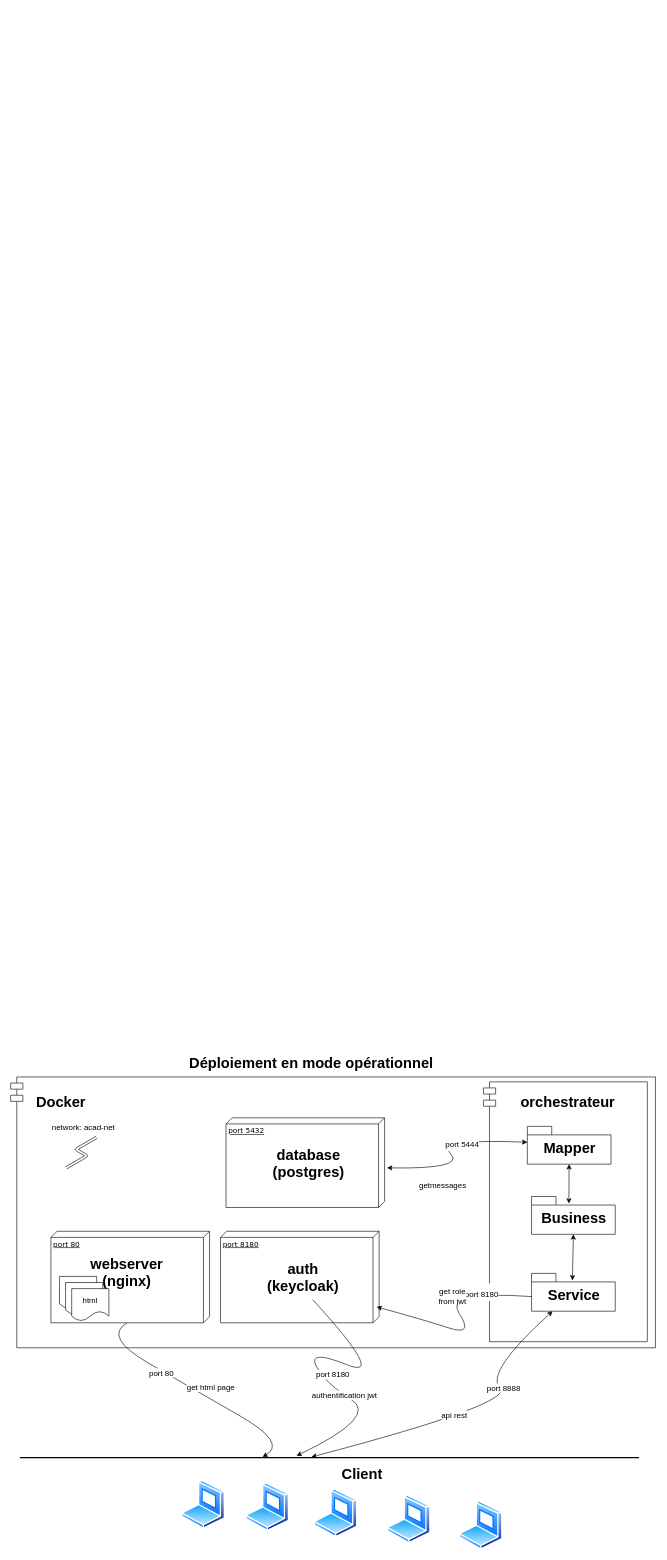
Before: deploiement-operationnel.drawio in ProjetUdS/S3_P6, a draw.io diagram. Source tidied: cells renumbered, new cells numbered last; positions are measured from the earlier drawing's top-left corner, leaving out a move shared by most shapes. Both pictures are drawn from the tidied source at 61%, with x=0, y=0 at pixel (10, 1051).
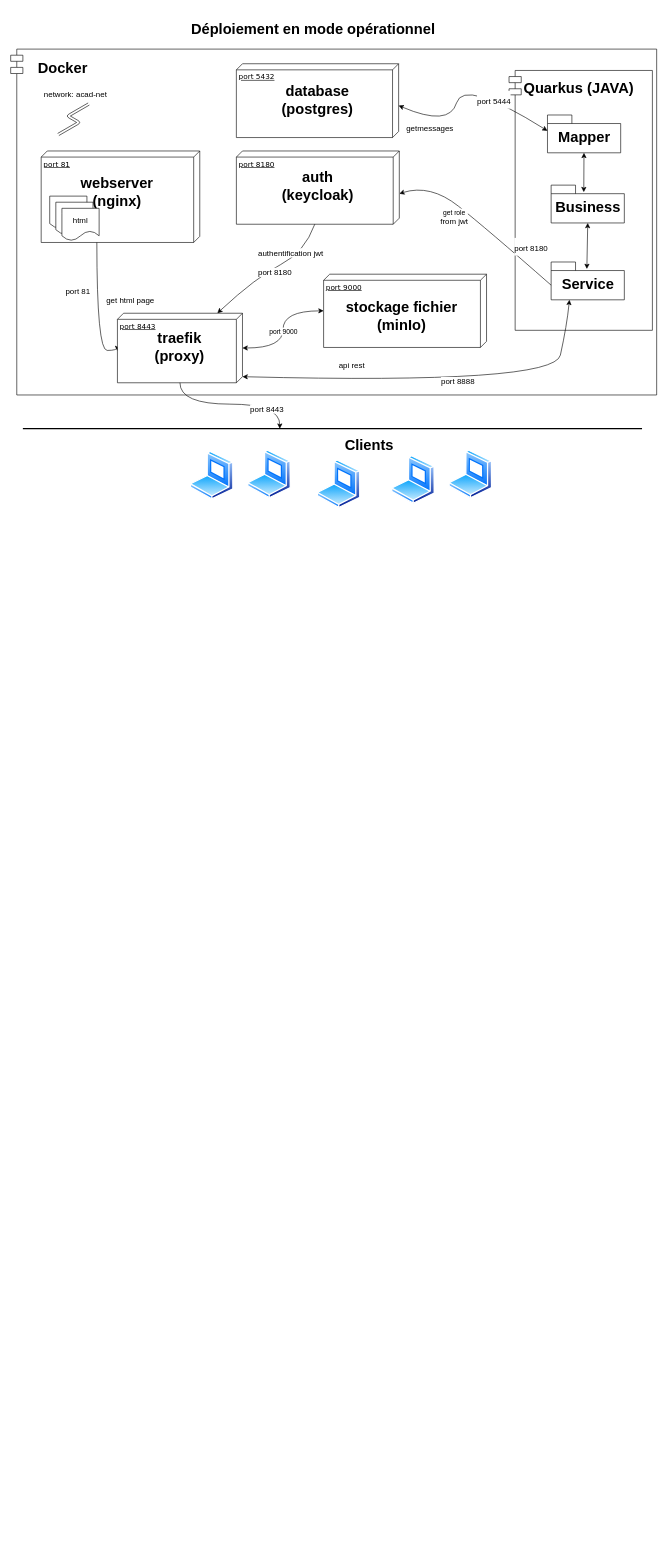
The same page after the edit.

Commit message (it also covers changes not shown here):
doc: mise a jour du diagramme de deploiement

The change refers to these unchanged cells:
```xml
<mxCell id="36" style="group;" parent="35" vertex="1">
  <mxGeometry width="260" height="155" as="geometry" />
</mxCell>
```

Diff of the diagram source:
```diff
@@
     <mxCell id="2" style="perimeter=ellipsePerimeter;html=1;align=center;shadow=0;dashed=0;spacingTop=3;image;image=img/lib/active_directory/laptop_client.svg;" parent="1" vertex="1">
-      <mxGeometry x="280" y="703" width="72" height="80" as="geometry" />
+      <mxGeometry x="294" y="-984" width="72" height="80" as="geometry" />
     </mxCell>
     <mxCell id="3" style="perimeter=ellipsePerimeter;html=1;align=center;shadow=0;dashed=0;spacingTop=3;image;image=img/lib/active_directory/laptop_client.svg;" parent="1" vertex="1">
-      <mxGeometry x="385" y="707" width="72" height="80" as="geometry" />
+      <mxGeometry x="388" y="-986" width="72" height="80" as="geometry" />
     </mxCell>
     <mxCell id="4" style="perimeter=ellipsePerimeter;html=1;align=center;shadow=0;dashed=0;spacingTop=3;image;image=img/lib/active_directory/laptop_client.svg;" parent="1" vertex="1">
-      <mxGeometry x="497" y="717" width="72" height="80" as="geometry" />
+      <mxGeometry x="502" y="-970" width="72" height="80" as="geometry" />
     </mxCell>
     <mxCell id="5" style="perimeter=ellipsePerimeter;html=1;align=center;shadow=0;dashed=0;spacingTop=3;image;image=img/lib/active_directory/laptop_client.svg;" parent="1" vertex="1">
-      <mxGeometry x="617" y="727" width="72" height="80" as="geometry" />
+      <mxGeometry x="624" y="-977" width="72" height="80" as="geometry" />
     </mxCell>
     <mxCell id="6" style="perimeter=ellipsePerimeter;html=1;align=center;shadow=0;dashed=0;spacingTop=3;image;image=img/lib/active_directory/laptop_client.svg;" parent="1" vertex="1">
-      <mxGeometry x="735" y="737" width="72" height="80" as="geometry" />
+      <mxGeometry x="718" y="-986" width="72" height="80" as="geometry" />
     </mxCell>
     <mxCell id="7" style="line;strokeWidth=2;html=1;" parent="1" vertex="1">
-      <mxGeometry x="15" y="661" width="1015" height="10" as="geometry" />
+      <mxGeometry x="20" y="-1026" width="1015" height="10" as="geometry" />
     </mxCell>
-    <mxCell id="8" value="&lt;h1&gt;Client&lt;/h1&gt;" style="text;html=1;strokeColor=none;fillColor=none;spacing=5;spacingTop=-20;whiteSpace=wrap;overflow=hidden;rounded=0;" parent="1" vertex="1">
-      <mxGeometry x="538" y="674" width="120" height="50" as="geometry" />
+    <mxCell id="8" value="&lt;h1&gt;Clients&lt;/h1&gt;" style="text;html=1;strokeColor=none;fillColor=none;spacing=5;spacingTop=-20;whiteSpace=wrap;overflow=hidden;rounded=0;" parent="1" vertex="1">
+      <mxGeometry x="543" y="-1013" width="95" height="38" as="geometry" />
     </mxCell>
     <mxCell id="9" style="shape=module;align=left;spacingLeft=20;align=center;verticalAlign=top;" parent="1" vertex="1">
-      <mxGeometry y="42" width="1057" height="444" as="geometry" />
+      <mxGeometry y="-1643" width="1059" height="567" as="geometry" />
     </mxCell>
-    <mxCell id="10" style="endArrow=none;html=1;entryX=0;entryY=0;entryDx=150;entryDy=135;entryPerimeter=0;exitX=0.392;exitY=0.4;exitDx=0;exitDy=0;exitPerimeter=0;edgeStyle=isometricEdgeStyle;curved=1;startArrow=classic;startFill=1;" parent="1" edge="1" source="7" target="37">
-      <mxGeometry relative="1" as="geometry" />
+    <mxCell id="10" style="endArrow=none;html=1;entryX=0.992;entryY=0.649;entryDx=0;entryDy=0;entryPerimeter=0;exitX=0;exitY=0;exitDx=62;exitDy=205;exitPerimeter=0;edgeStyle=orthogonalEdgeStyle;startArrow=classic;startFill=1;rounded=0;elbow=vertical;curved=1;endFill=0;" parent="1" edge="1" source="52" target="37">
+      <mxGeometry relative="1" as="geometry">
+        <Array as="points">
+          <mxPoint x="141.2" y="-1149" />
+        </Array>
+      </mxGeometry>
     </mxCell>
-    <mxCell id="11" value="port 80" style="edgeLabel;html=1;align=center;verticalAlign=middle;fontSize=13;" parent="10" vertex="1">
+    <mxCell id="11" value="port 81" style="edgeLabel;html=1;align=center;verticalAlign=middle;fontSize=13;" parent="10" vertex="1">
       <mxGeometry x="-0.2" y="-3" relative="1" as="geometry">
-        <mxPoint x="-95" y="-48" as="offset" />
+        <mxPoint x="-35" y="-47" as="offset" />
       </mxGeometry>
     </mxCell>
     <mxCell id="12" style="group;" parent="1" vertex="1">
-      <mxGeometry x="344" y="295" width="260" height="150" as="geometry" />
+      <mxGeometry x="370" y="-1476" width="268" height="121" as="geometry" />
     </mxCell>
     <mxCell id="13" value="port 8180" style="verticalAlign=top;align=left;spacingTop=8;spacingLeft=2;spacingRight=12;shape=cube;size=10;direction=south;fontStyle=4;html=1;rounded=0;shadow=0;comic=0;labelBackgroundColor=none;strokeWidth=1;fontFamily=Verdana;fontSize=12;" parent="12" vertex="1">
-      <mxGeometry width="260" height="150" as="geometry" />
+      <mxGeometry width="267.1" height="120.1" as="geometry" />
     </mxCell>
     <mxCell id="14" value="&lt;h1&gt;auth (keycloak)&lt;/h1&gt;" style="text;html=1;strokeColor=none;fillColor=none;spacing=5;spacingTop=-20;whiteSpace=wrap;overflow=hidden;rounded=0;align=center;" parent="12" vertex="1">
-      <mxGeometry x="62" y="42" width="147" height="70" as="geometry" />
+      <mxGeometry x="67.2" y="23.8" width="132.7" height="73.4" as="geometry" />
     </mxCell>
     <mxCell id="15" style="group;" parent="1" vertex="1">
-      <mxGeometry x="353" y="109" width="260" height="147" as="geometry" />
+      <mxGeometry x="370" y="-1619" width="266" height="121" as="geometry" />
     </mxCell>
     <mxCell id="16" value="port 5432" style="verticalAlign=top;align=left;spacingTop=8;spacingLeft=2;spacingRight=12;shape=cube;size=10;direction=south;fontStyle=4;html=1;rounded=0;shadow=0;comic=0;labelBackgroundColor=none;strokeWidth=1;fontFamily=Verdana;fontSize=12;" parent="15" vertex="1">
-      <mxGeometry width="260" height="147" as="geometry" />
+      <mxGeometry width="266" height="121" as="geometry" />
     </mxCell>
     <mxCell id="17" value="&lt;h1&gt;database (postgres)&lt;/h1&gt;" style="text;html=1;strokeColor=none;fillColor=none;spacing=5;spacingTop=-20;whiteSpace=wrap;overflow=hidden;rounded=0;align=center;" parent="15" vertex="1">
-      <mxGeometry x="62" y="41.2" width="147" height="68.6" as="geometry" />
+      <mxGeometry x="57.8" y="26" width="150.4" height="69" as="geometry" />
     </mxCell>
     <mxCell id="18" value="&lt;b style=&quot;border-color: var(--border-color);&quot;&gt;&lt;font style=&quot;border-color: var(--border-color); font-size: 24px;&quot;&gt;Docker&lt;/font&gt;&lt;/b&gt;" style="text;html=1;align=center;verticalAlign=middle;fillColor=none;strokeColor=none;rounded=0;" parent="1" vertex="1">
-      <mxGeometry x="32" y="63" width="99" height="41" as="geometry" />
+      <mxGeometry x="35" y="-1633" width="99" height="41" as="geometry" />
     </mxCell>
@@
     <mxCell id="20" style="group;" parent="1" vertex="1">
-      <mxGeometry x="775" y="50" width="279" height="426" as="geometry" />
+      <mxGeometry x="817" y="-1608" width="235" height="426" as="geometry" />
     </mxCell>
     <mxCell id="21" style="shape=module;align=left;spacingLeft=20;align=center;verticalAlign=top;" parent="20" vertex="1">
-      <mxGeometry width="268.7" height="426" as="geometry" />
+      <mxGeometry width="235" height="426" as="geometry" />
     </mxCell>
+    <mxCell id="50" value="&lt;span style=&quot;font-size: 24px;&quot;&gt;&lt;b&gt;Quarkus (JAVA)&lt;/b&gt;&lt;/span&gt;" style="text;html=1;align=center;verticalAlign=middle;fillColor=none;strokeColor=none;rounded=0;" parent="20" vertex="1">
+      <mxGeometry x="14" y="8" width="199" height="41" as="geometry" />
+    </mxCell>
     <mxCell id="22" value="Mapper" style="shape=folder;fontStyle=1;spacingTop=10;tabWidth=40;tabHeight=14;tabPosition=left;html=1;fontSize=24;" parent="20" vertex="1">
-      <mxGeometry x="72" y="73" width="137.2" height="62" as="geometry" />
+      <mxGeometry x="63" y="73" width="120" height="62" as="geometry" />
     </mxCell>
     <mxCell id="23" value="Business" style="shape=folder;fontStyle=1;spacingTop=10;tabWidth=40;tabHeight=14;tabPosition=left;html=1;fontSize=24;" parent="20" vertex="1">
-      <mxGeometry x="78.9" y="188" width="137.2" height="62" as="geometry" />
+      <mxGeometry x="69" y="188" width="120" height="62" as="geometry" />
     </mxCell>
     <mxCell id="24" value="Service" style="shape=folder;fontStyle=1;spacingTop=10;tabWidth=40;tabHeight=14;tabPosition=left;html=1;fontSize=24;" parent="20" vertex="1">
-      <mxGeometry x="78.9" y="314" width="137.2" height="62" as="geometry" />
+      <mxGeometry x="69" y="314" width="120" height="62" as="geometry" />
     </mxCell>
@@
-    <mxCell id="27" value="&lt;b style=&quot;border-color: var(--border-color);&quot;&gt;&lt;font style=&quot;border-color: var(--border-color); font-size: 24px;&quot;&gt;orchestrateur&lt;/font&gt;&lt;/b&gt;" style="text;html=1;align=center;verticalAlign=middle;fillColor=none;strokeColor=none;rounded=0;" parent="20" vertex="1">
-      <mxGeometry x="51" y="13" width="173" height="41" as="geometry" />
-    </mxCell>
-    <mxCell id="28" style="curved=1;endArrow=classic;html=1;rounded=0;fontSize=13;exitX=0.471;exitY=0.4;exitDx=0;exitDy=0;exitPerimeter=0;startArrow=classic;startFill=1;" parent="1" edge="1" source="7" target="24">
+    <mxCell id="28" style="curved=1;endArrow=classic;html=1;rounded=0;fontSize=13;exitX=0;exitY=0;exitDx=103.99999999999999;exitDy=0;exitPerimeter=0;startArrow=classic;startFill=1;entryX=0.25;entryY=1;entryDx=0;entryDy=0;entryPerimeter=0;" parent="1" edge="1" source="52" target="24">
       <mxGeometry relative="1" as="geometry">
         <Array as="points">
-          <mxPoint x="827" y="577" />
-          <mxPoint x="777" y="527" />
+          <mxPoint x="890.5" y="-1093.1" />
+          <mxPoint x="911.8" y="-1189.6" />
         </Array>
       </mxGeometry>
     </mxCell>
     <mxCell id="29" value="port 8888" style="edgeLabel;html=1;align=center;verticalAlign=middle;fontSize=13;" parent="28" vertex="1">
-      <mxGeometry x="0.33" y="-4" relative="1" as="geometry" />
+      <mxGeometry x="0.33" y="-4" relative="1" as="geometry">
+        <mxPoint x="-81" y="-7" as="offset" />
+      </mxGeometry>
     </mxCell>
     <mxCell id="30" value="api rest" style="edgeLabel;html=1;align=center;verticalAlign=middle;fontSize=13;" parent="28" vertex="1">
-      <mxGeometry x="-0.14" y="8" relative="1" as="geometry" />
+      <mxGeometry x="-0.14" y="8" relative="1" as="geometry">
+        <mxPoint x="-102" y="-18" as="offset" />
+      </mxGeometry>
     </mxCell>
-    <mxCell id="31" style="curved=1;endArrow=none;html=1;rounded=0;fontSize=24;entryX=0;entryY=0;entryDx=0;entryDy=38;entryPerimeter=0;strokeColor=default;startArrow=classic;startFill=1;endFill=0;" parent="1" edge="1" target="24">
+    <mxCell id="31" style="curved=1;endArrow=none;html=1;rounded=0;fontSize=24;entryX=0;entryY=0;entryDx=0;entryDy=38;entryPerimeter=0;strokeColor=default;startArrow=classic;startFill=1;endFill=0;exitX=0;exitY=0;exitDx=70;exitDy=0;exitPerimeter=0;" parent="1" edge="1" source="13" target="24">
       <mxGeometry relative="1" as="geometry">
-        <mxPoint x="600" y="419" as="sourcePoint" />
         <Array as="points">
-          <mxPoint x="677" y="440" />
-          <mxPoint x="760" y="467" />
-          <mxPoint x="710" y="392" />
+          <mxPoint x="688" y="-1422" />
+          <mxPoint x="780" y="-1349" />
         </Array>
       </mxGeometry>
     </mxCell>
@@
+    <mxCell id="46" value="get role&lt;br style=&quot;border-color: rgb(218, 220, 224); font-size: 13px;&quot;&gt;&lt;span style=&quot;font-size: 13px;&quot;&gt;from jwt&lt;/span&gt;" style="edgeLabel;html=1;align=center;verticalAlign=middle;" parent="31" vertex="1">
+      <mxGeometry x="-0.34" relative="1" as="geometry">
+        <mxPoint y="24" as="offset" />
+      </mxGeometry>
+    </mxCell>
     <mxCell id="33" style="endArrow=classic;html=1;fontSize=13;strokeColor=default;shape=link;edgeStyle=isometricEdgeStyle;" parent="1" edge="1">
       <mxGeometry relative="1" as="geometry">
-        <mxPoint x="91" y="191" as="sourcePoint" />
-        <mxPoint x="141" y="141" as="targetPoint" />
+        <mxPoint x="78" y="-1503" as="sourcePoint" />
+        <mxPoint x="128" y="-1553" as="targetPoint" />
       </mxGeometry>
     </mxCell>
     <mxCell id="34" value="&lt;font style=&quot;font-size: 13px;&quot;&gt;network: acad-net&lt;/font&gt;" style="edgeLabel;html=1;align=center;verticalAlign=middle;fontSize=24;" parent="1" vertex="1">
-      <mxGeometry x="118" y="121" as="geometry" />
+      <mxGeometry x="105" y="-1573" as="geometry" />
     </mxCell>
     <mxCell id="35" style="group;" parent="1" vertex="1">
-      <mxGeometry x="66" y="295" width="260" height="155" as="geometry" />
+      <mxGeometry x="50" y="-1476" width="260" height="155" as="geometry" />
     </mxCell>
@@
-    <mxCell id="37" value="port 80" style="verticalAlign=top;align=left;spacingTop=8;spacingLeft=2;spacingRight=12;shape=cube;size=10;direction=south;fontStyle=4;html=1;rounded=0;shadow=0;comic=0;labelBackgroundColor=none;strokeWidth=1;fontFamily=Verdana;fontSize=12;" parent="36" vertex="1">
+    <mxCell id="37" value="port 81" style="verticalAlign=top;align=left;spacingTop=8;spacingLeft=2;spacingRight=12;shape=cube;size=10;direction=south;fontStyle=4;html=1;rounded=0;shadow=0;comic=0;labelBackgroundColor=none;strokeWidth=1;fontFamily=Verdana;fontSize=12;" parent="36" vertex="1">
       <mxGeometry width="260" height="150" as="geometry" />
     </mxCell>
@@
-    <mxCell id="42" value="port 8180" style="curved=1;endArrow=none;html=1;fontSize=13;strokeColor=default;exitX=0.442;exitY=0.2;exitDx=0;exitDy=0;exitPerimeter=0;startArrow=classic;startFill=1;endFill=0;" parent="1" edge="1">
-      <mxGeometry x="0.16" y="-24" relative="1" as="geometry">
-        <mxPoint x="468.6" y="663" as="sourcePoint" />
-        <mxPoint x="495" y="407" as="targetPoint" />
+    <mxCell id="42" value="port 8180" style="curved=1;endArrow=none;html=1;fontSize=13;strokeColor=default;startArrow=classic;startFill=1;endFill=0;entryX=0;entryY=0;entryDx=120.06563706563706;entryDy=138.54882154882156;entryPerimeter=0;" parent="1" edge="1" source="52" target="13">
+      <mxGeometry x="0.05" y="-7" relative="1" as="geometry">
         <Array as="points">
-          <mxPoint x="603" y="599" />
-          <mxPoint x="514" y="543" />
-          <mxPoint x="487" y="488" />
-          <mxPoint x="617" y="540" />
+          <mxPoint x="402.3" y="-1269" />
+          <mxPoint x="482" y="-1310" />
         </Array>
       </mxGeometry>
     </mxCell>
     <mxCell id="43" value="authentification jwt" style="edgeLabel;html=1;align=center;verticalAlign=middle;fontSize=13;" parent="42" vertex="1">
-      <mxGeometry x="-0.32" relative="1" as="geometry" />
+      <mxGeometry x="-0.32" relative="1" as="geometry">
+        <mxPoint x="63" y="-47" as="offset" />
+      </mxGeometry>
     </mxCell>
     <mxCell id="44" value="getmessages" style="edgeLabel;html=1;align=center;verticalAlign=middle;fontSize=13;" parent="42" vertex="1">
       <mxGeometry x="-0.32" relative="1" as="geometry">
-        <mxPoint x="161" y="-344" as="offset" />
+        <mxPoint x="291" y="-251" as="offset" />
       </mxGeometry>
     </mxCell>
     <mxCell id="45" value="get html page" style="edgeLabel;html=1;align=center;verticalAlign=middle;fontSize=13;" parent="1" vertex="1">
-      <mxGeometry x="327" y="550" as="geometry" />
+      <mxGeometry x="195" y="-1233" as="geometry" />
     </mxCell>
-    <mxCell id="46" value="get role&lt;br&gt;from jwt" style="edgeLabel;html=1;align=center;verticalAlign=middle;fontSize=13;" parent="1" vertex="1">
-      <mxGeometry x="763" y="595" as="geometry">
-        <mxPoint x="-40" y="-194" as="offset" />
-      </mxGeometry>
-    </mxCell>
-    <mxCell id="47" style="curved=1;endArrow=classic;html=1;rounded=0;fontSize=24;entryX=0;entryY=0;entryDx=0;entryDy=26;entryPerimeter=0;startArrow=classic;startFill=1;" parent="1" edge="1" target="22">
+    <mxCell id="47" style="curved=1;endArrow=classic;html=1;rounded=0;fontSize=24;entryX=0;entryY=0;entryDx=0;entryDy=26;entryPerimeter=0;startArrow=classic;startFill=1;exitX=0;exitY=0;exitDx=68.5;exitDy=0;exitPerimeter=0;" parent="1" edge="1" source="16" target="22">
       <mxGeometry relative="1" as="geometry">
-        <mxPoint x="617" y="191" as="sourcePoint" />
         <Array as="points">
-          <mxPoint x="746" y="193" />
-          <mxPoint x="696" y="143" />
+          <mxPoint x="719" y="-1515" />
+          <mxPoint x="743" y="-1595" />
         </Array>
       </mxGeometry>
     </mxCell>
@@
     <mxCell id="49" value="&lt;h1&gt;Déploiement en mode opérationnel&lt;/h1&gt;" style="text;html=1;strokeColor=none;fillColor=none;spacing=5;spacingTop=-20;whiteSpace=wrap;overflow=hidden;rounded=0;align=center;" parent="1" vertex="1">
-      <mxGeometry x="248" width="490" height="40" as="geometry" />
+      <mxGeometry x="251" y="-1696" width="490" height="40" as="geometry" />
     </mxCell>
+    <mxCell id="51" style="group;" parent="1" vertex="1">
+      <mxGeometry x="175" y="-1210" width="205" height="114" as="geometry" />
+    </mxCell>
+    <mxCell id="52" value="port 8443" style="verticalAlign=top;align=left;spacingTop=8;spacingLeft=2;spacingRight=12;shape=cube;size=10;direction=south;fontStyle=4;html=1;rounded=0;shadow=0;comic=0;labelBackgroundColor=none;strokeWidth=1;fontFamily=Verdana;fontSize=12;" parent="51" vertex="1">
+      <mxGeometry width="205" height="114" as="geometry" />
+    </mxCell>
+    <mxCell id="53" value="&lt;h1&gt;traefik (proxy)&lt;/h1&gt;" style="text;html=1;strokeColor=none;fillColor=none;spacing=5;spacingTop=-20;whiteSpace=wrap;overflow=hidden;rounded=0;align=center;" parent="51" vertex="1">
+      <mxGeometry x="45.4" y="21.9" width="114.2" height="70.2" as="geometry" />
+    </mxCell>
+    <mxCell id="54" style="edgeStyle=orthogonalEdgeStyle;rounded=0;jettySize=auto;html=1;entryX=0.415;entryY=0.535;entryDx=0;entryDy=0;entryPerimeter=0;curved=1;" parent="1" edge="1" source="52" target="7">
+      <mxGeometry relative="1" as="geometry" />
+    </mxCell>
+    <mxCell id="55" value="port 8443" style="edgeLabel;html=1;align=center;verticalAlign=middle;fontSize=13;" parent="54" vertex="1">
+      <mxGeometry relative="1" as="geometry">
+        <mxPoint x="57" y="7" as="offset" />
+      </mxGeometry>
+    </mxCell>
+    <mxCell id="56" style="group;" parent="1" vertex="1">
+      <mxGeometry x="513" y="-1274" width="268" height="121" as="geometry" />
+    </mxCell>
+    <mxCell id="57" value="port 9000" style="verticalAlign=top;align=left;spacingTop=8;spacingLeft=2;spacingRight=12;shape=cube;size=10;direction=south;fontStyle=4;html=1;rounded=0;shadow=0;comic=0;labelBackgroundColor=none;strokeWidth=1;fontFamily=Verdana;fontSize=12;" parent="56" vertex="1">
+      <mxGeometry width="267.1" height="120.1" as="geometry" />
+    </mxCell>
+    <mxCell id="58" value="&lt;h1&gt;stockage fichier (minIo)&lt;/h1&gt;" style="text;html=1;strokeColor=none;fillColor=none;spacing=5;spacingTop=-20;whiteSpace=wrap;overflow=hidden;rounded=0;align=center;" parent="56" vertex="1">
+      <mxGeometry x="29" y="35" width="197.8" height="73.4" as="geometry" />
+    </mxCell>
+    <mxCell id="59" style="edgeStyle=orthogonalEdgeStyle;rounded=0;jettySize=auto;html=1;curved=1;startArrow=classic;startFill=1;" parent="1" edge="1" source="57" target="52">
+      <mxGeometry relative="1" as="geometry" />
+    </mxCell>
+    <mxCell id="60" value="port 9000" style="edgeLabel;html=1;align=center;verticalAlign=middle;" parent="59" vertex="1">
+      <mxGeometry x="0.19" y="-8" relative="1" as="geometry">
+        <mxPoint x="8" y="-15" as="offset" />
+      </mxGeometry>
+    </mxCell>
```
